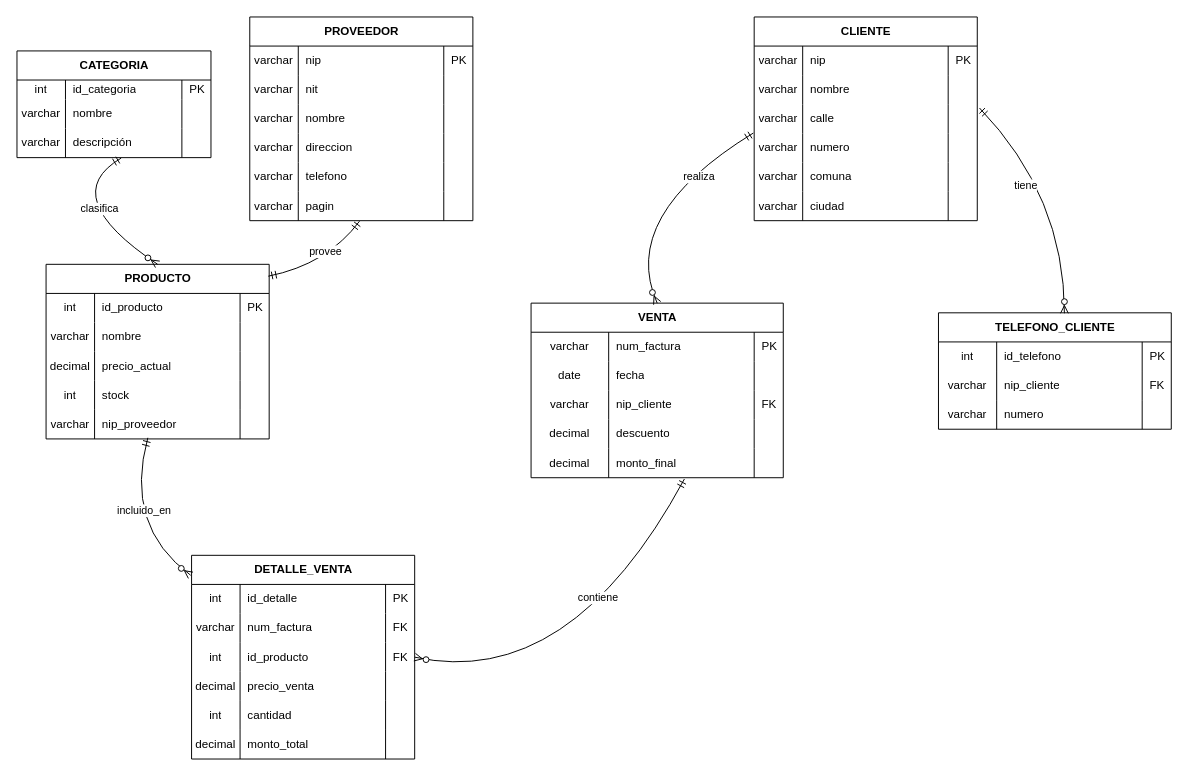
Before: src/Diagrama Sena.drawio in santiago-salazar109/Proyect-Restaurant-App, a draw.io diagram. Source tidied: cells renumbered, new cells numbered last; positions are measured from the earlier drawing's top-left corner, leaving out a move shared by most shapes. Both pictures are drawn from the tidied source at 97%, with x=0, y=0 at pixel (16, 16).
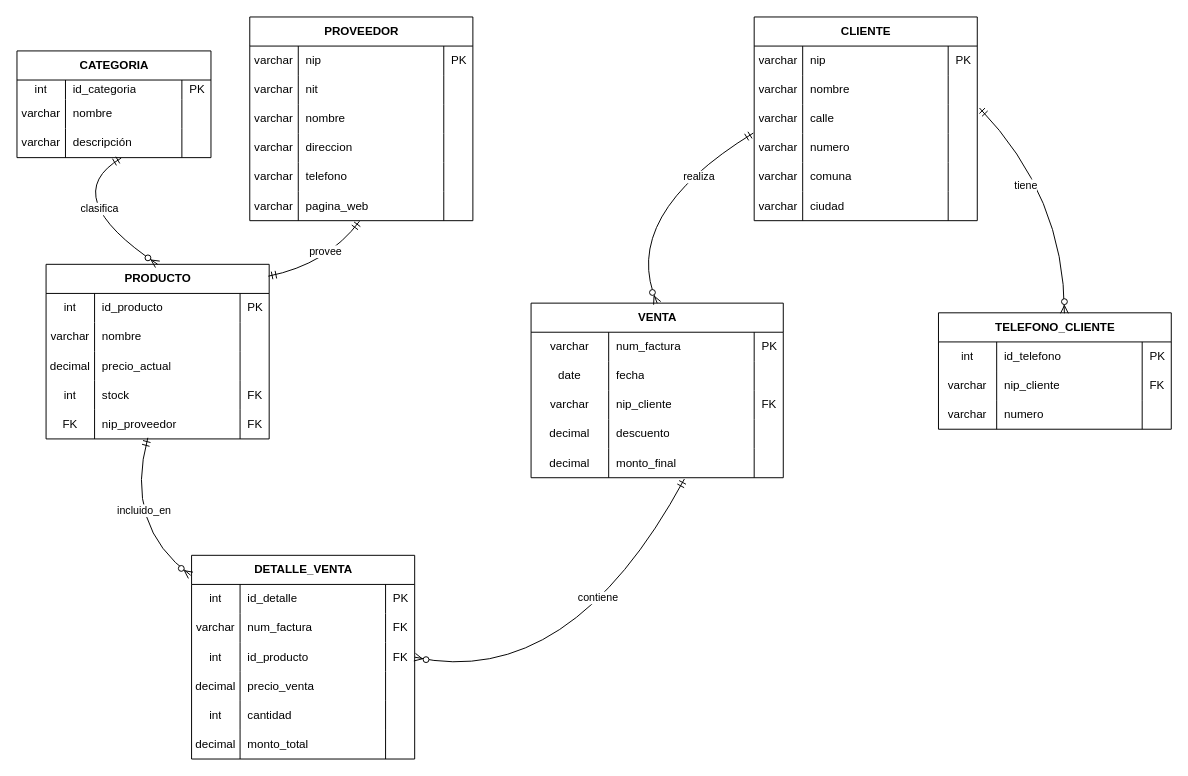
The same diagram, later.

The change refers to these unchanged cells:
```xml
<mxCell id="23" style="shape=tableRow;horizontal=0;startSize=0;swimlaneHead=0;swimlaneBody=0;fillColor=none;points=[[0,0.5],[1,0.5]];portConstraint=eastwest;top=0;left=0;right=0;bottom=0;" parent="2" vertex="1">
  <mxGeometry y="180" width="230" height="30" as="geometry" />
</mxCell>
<mxCell id="78" style="shape=tableRow;horizontal=0;startSize=0;swimlaneHead=0;swimlaneBody=0;fillColor=none;top=0;left=0;right=0;bottom=0;" parent="65" vertex="1">
  <mxGeometry y="120" width="230" height="30" as="geometry" />
</mxCell>
<mxCell id="82" style="shape=tableRow;horizontal=0;startSize=0;swimlaneHead=0;swimlaneBody=0;fillColor=none;points=[[0,0.5],[1,0.5]];portConstraint=eastwest;top=0;left=0;right=0;bottom=0;" parent="65" vertex="1">
  <mxGeometry y="150" width="230" height="30" as="geometry" />
</mxCell>
```

The edit, as a diff of the source:
```diff
@@
-    <mxCell id="25" value="pagin" style="shape=partialRectangle;fillColor=none;top=0;left=0;bottom=0;right=0;align=left;spacingLeft=6;overflow=hidden;whiteSpace=wrap;html=1;" parent="23" vertex="1">
+    <mxCell id="25" value="pagina_web" style="shape=partialRectangle;fillColor=none;top=0;left=0;bottom=0;right=0;align=left;spacingLeft=6;overflow=hidden;whiteSpace=wrap;html=1;" parent="23" vertex="1">
       <mxGeometry x="50" width="150" height="30" as="geometry" />
     </mxCell>
@@
-    <mxCell id="81" style="shape=partialRectangle;fillColor=none;top=0;left=0;bottom=0;right=0;align=left;spacingLeft=6;overflow=hidden;whiteSpace=wrap;html=1;" parent="78" vertex="1">
+    <mxCell id="81" value="FK" style="shape=partialRectangle;fillColor=none;top=0;left=0;bottom=0;right=0;align=left;spacingLeft=6;overflow=hidden;whiteSpace=wrap;html=1;" parent="78" vertex="1">
       <mxGeometry x="200" width="30" height="30" as="geometry" />
     </mxCell>
@@
-    <mxCell id="83" value="varchar" style="shape=partialRectangle;fillColor=none;top=0;left=0;bottom=0;right=0;overflow=hidden;whiteSpace=wrap;html=1;" parent="82" vertex="1">
+    <mxCell id="83" value="FK" style="shape=partialRectangle;fillColor=none;top=0;left=0;bottom=0;right=0;overflow=hidden;whiteSpace=wrap;html=1;" parent="82" vertex="1">
       <mxGeometry width="50" height="30" as="geometry" />
     </mxCell>
@@
-    <mxCell id="85" style="shape=partialRectangle;fillColor=none;top=0;left=0;bottom=0;right=0;align=left;spacingLeft=6;overflow=hidden;whiteSpace=wrap;html=1;" parent="82" vertex="1">
+    <mxCell id="85" value="FK" style="shape=partialRectangle;fillColor=none;top=0;left=0;bottom=0;right=0;align=left;spacingLeft=6;overflow=hidden;whiteSpace=wrap;html=1;" parent="82" vertex="1">
       <mxGeometry x="200" width="30" height="30" as="geometry" />
     </mxCell>
```
